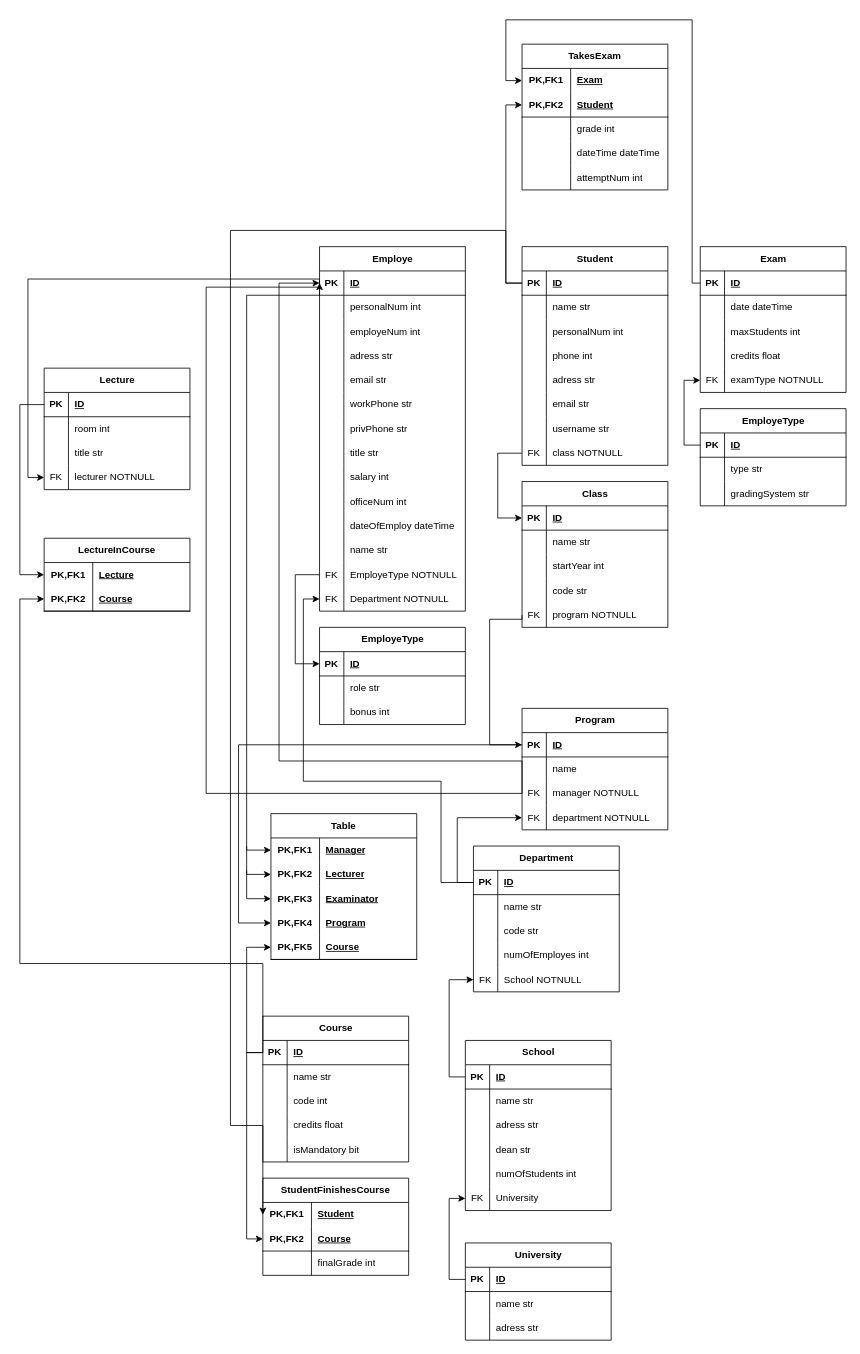
The draw.io diagram Untitled Diagram.drawio in ekkecode/Blandat, before the edit. Source tidied: cells renumbered, new cells numbered last; positions are measured from the earlier drawing's top-left corner, leaving out a move shared by most shapes. Both pictures are drawn from the tidied source at 81%, with x=0, y=0 at pixel (19, 19).
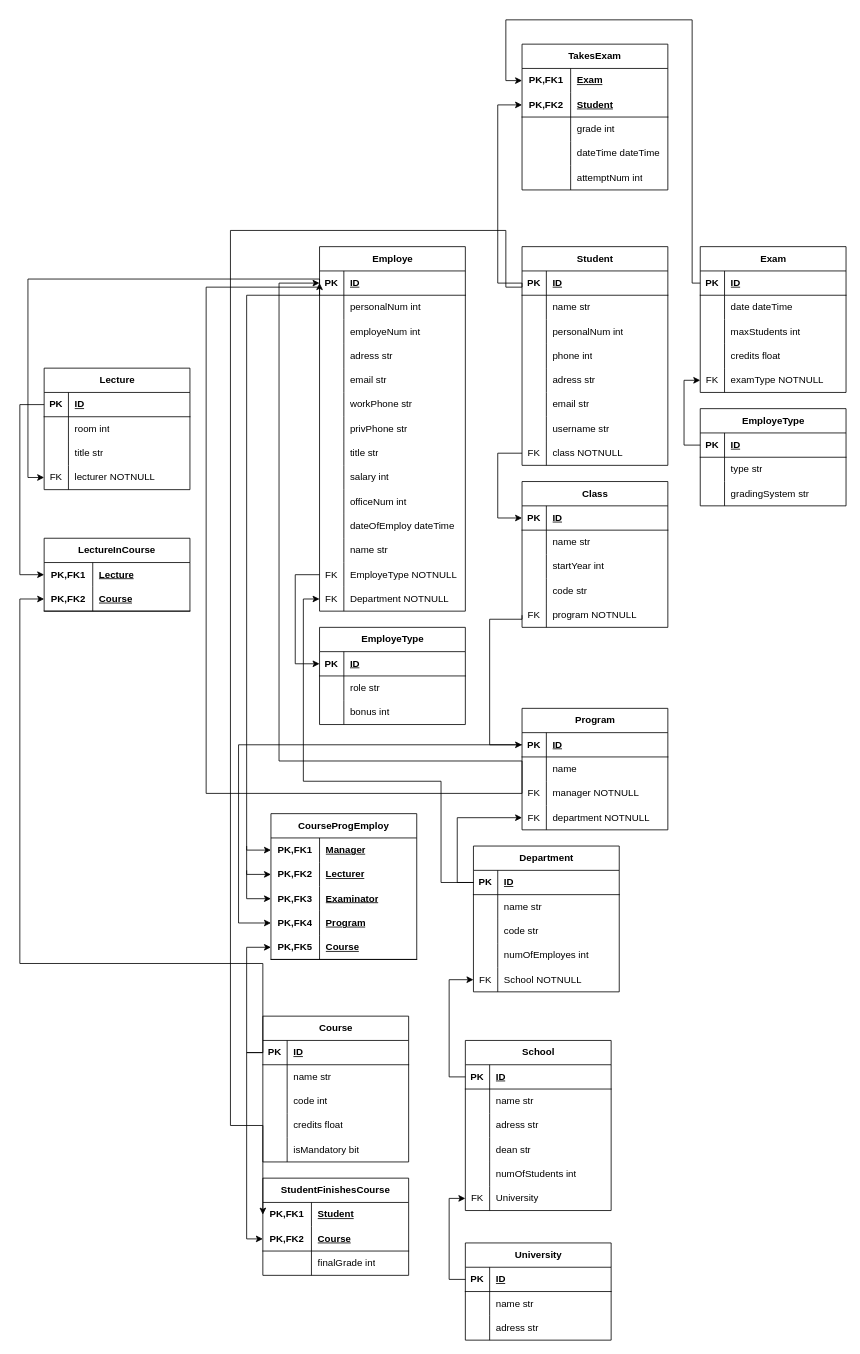
The same page after the edit.

Unchanged cells that the change refers to:
```xml
<mxCell id="85" style="shape=tableRow;horizontal=0;startSize=0;swimlaneHead=0;swimlaneBody=0;fillColor=none;points=[[0,0.5],[1,0.5]];portConstraint=eastwest;top=0;left=0;right=0;bottom=1;" parent="84" vertex="1">
  <mxGeometry y="30" width="180" height="30" as="geometry" />
</mxCell>
<mxCell id="162" style="shape=tableRow;horizontal=0;startSize=0;swimlaneHead=0;swimlaneBody=0;fillColor=none;points=[[0,0.5],[1,0.5]];portConstraint=eastwest;top=0;left=0;right=0;bottom=1;html=1;" parent="158" vertex="1">
  <mxGeometry y="60" width="180" height="30" as="geometry" />
</mxCell>
<mxCell id="177" style="shape=tableRow;horizontal=0;startSize=0;swimlaneHead=0;swimlaneBody=0;fillColor=none;points=[[0,0.5],[1,0.5]];portConstraint=eastwest;top=0;left=0;right=0;bottom=0;html=1;" parent="176" vertex="1">
  <mxGeometry y="30" width="180" height="30" as="geometry" />
</mxCell>
```

The edit, as a diff of the source:
```diff
@@
     <mxCell id="175" style="edgeStyle=orthogonalEdgeStyle;rounded=0;jettySize=auto;html=1;exitX=0;exitY=0.5;exitDx=0;exitDy=0;entryX=0;entryY=0.5;entryDx=0;entryDy=0;" parent="1" edge="1" source="85" target="162">
-      <mxGeometry relative="1" as="geometry" />
+      <mxGeometry relative="1" as="geometry">
+        <Array as="points">
+          <mxPoint x="590" y="325" />
+          <mxPoint x="590" y="105" />
+        </Array>
+      </mxGeometry>
     </mxCell>
@@
     <mxCell id="200" style="edgeStyle=orthogonalEdgeStyle;rounded=0;jettySize=auto;html=1;exitX=0;exitY=0.5;exitDx=0;exitDy=0;entryX=0;entryY=0.5;entryDx=0;entryDy=0;" parent="1" edge="1" source="85" target="177">
       <mxGeometry relative="1" as="geometry">
         <Array as="points">
-          <mxPoint x="600" y="325" />
+          <mxPoint x="620" y="330" />
+          <mxPoint x="600" y="330" />
           <mxPoint x="600" y="260" />
           <mxPoint x="260" y="260" />
           <mxPoint x="260" y="1365" />
+          <mxPoint x="300" y="1365" />
         </Array>
       </mxGeometry>
     </mxCell>
@@
-    <mxCell id="261" value="Table" style="shape=table;startSize=30;childLayout=tableLayout;rowLines=0;fontStyle=1;align=center;html=1;whiteSpace=wrap;" parent="1" vertex="1">
+    <mxCell id="261" value="CourseProgEmploy" style="shape=table;startSize=30;childLayout=tableLayout;rowLines=0;fontStyle=1;align=center;html=1;whiteSpace=wrap;" parent="1" vertex="1">
       <mxGeometry x="310" y="980" width="180" height="180" as="geometry" />
     </mxCell>
```
